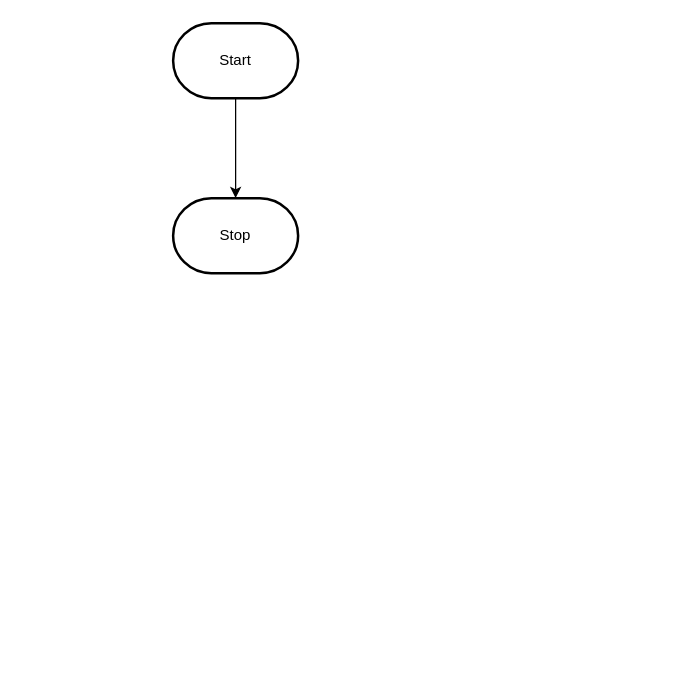
Before: design/flowchart.drawio in MTHS-ICD2O-1-2023/ICD2O-Unit-3-02-hai-tran-2, a draw.io diagram. Source tidied: cells renumbered, new cells numbered last; positions are measured from the earlier drawing's top-left corner, leaving out a move shared by most shapes. Both pictures are drawn from the tidied source at 125%, with x=0, y=0 at pixel (172, 22).
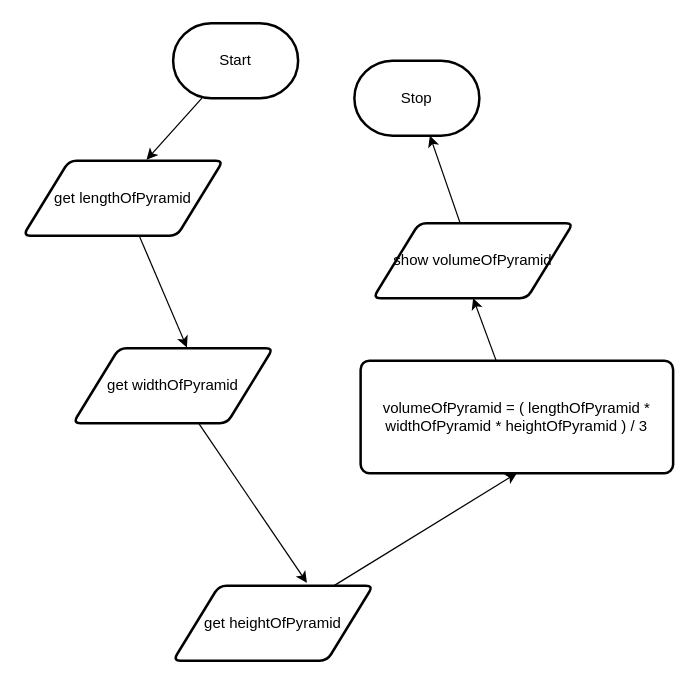
The same diagram, later.

Change to the diagram source:
```diff
@@
 <mxGraphModel>
   <root>
     <mxCell id="0" />
     <mxCell id="1" parent="0" />
-    <mxCell id="2" style="edgeStyle=orthogonalEdgeStyle;html=1;rounded=0;" parent="1" edge="1" source="3" target="4">
-      <mxGeometry relative="1" as="geometry" />
-    </mxCell>
+    <mxCell id="5" style="edgeStyle=none;html=1;entryX=0.617;entryY=-0.011;entryDx=0;entryDy=0;entryPerimeter=0;" parent="1" edge="1" source="3" target="2">
+      <mxGeometry relative="1" as="geometry" />
+    </mxCell>
     <mxCell id="3" value="Start" style="strokeWidth=2;html=1;shape=mxgraph.flowchart.terminator;whiteSpace=wrap;" parent="1" vertex="1">
       <mxGeometry width="100" height="60" as="geometry" />
     </mxCell>
     <mxCell id="4" value="Stop" style="strokeWidth=2;html=1;shape=mxgraph.flowchart.terminator;whiteSpace=wrap;" parent="1" vertex="1">
-      <mxGeometry y="140" width="100" height="60" as="geometry" />
+      <mxGeometry x="145" y="30" width="100" height="60" as="geometry" />
     </mxCell>
+    <mxCell id="6" style="edgeStyle=none;html=1;entryX=0.569;entryY=-0.009;entryDx=0;entryDy=0;entryPerimeter=0;" parent="1" edge="1" source="2" target="8">
+      <mxGeometry relative="1" as="geometry" />
+    </mxCell>
+    <mxCell id="2" value="get lengthOfPyramid" style="shape=parallelogram;html=1;strokeWidth=2;perimeter=parallelogramPerimeter;whiteSpace=wrap;rounded=1;arcSize=12;size=0.23;" parent="1" vertex="1">
+      <mxGeometry x="-120" y="110" width="160" height="60" as="geometry" />
+    </mxCell>
+    <mxCell id="7" style="edgeStyle=none;html=1;entryX=0.669;entryY=-0.038;entryDx=0;entryDy=0;entryPerimeter=0;" parent="1" edge="1" source="8" target="10">
+      <mxGeometry relative="1" as="geometry" />
+    </mxCell>
+    <mxCell id="8" value="get widthOfPyramid" style="shape=parallelogram;html=1;strokeWidth=2;perimeter=parallelogramPerimeter;whiteSpace=wrap;rounded=1;arcSize=12;size=0.23;" parent="1" vertex="1">
+      <mxGeometry x="-80" y="260" width="160" height="60" as="geometry" />
+    </mxCell>
+    <mxCell id="9" style="edgeStyle=none;html=1;entryX=0.5;entryY=1;entryDx=0;entryDy=0;" parent="1" edge="1" source="10" target="12">
+      <mxGeometry relative="1" as="geometry" />
+    </mxCell>
+    <mxCell id="10" value="get heightOfPyramid" style="shape=parallelogram;html=1;strokeWidth=2;perimeter=parallelogramPerimeter;whiteSpace=wrap;rounded=1;arcSize=12;size=0.23;" parent="1" vertex="1">
+      <mxGeometry y="450" width="160" height="60" as="geometry" />
+    </mxCell>
+    <mxCell id="11" style="edgeStyle=none;html=1;entryX=0.5;entryY=1;entryDx=0;entryDy=0;" parent="1" edge="1" source="12" target="14">
+      <mxGeometry relative="1" as="geometry" />
+    </mxCell>
+    <mxCell id="12" value="volumeOfPyramid = ( lengthOfPyramid * widthOfPyramid * heightOfPyramid ) / 3" style="rounded=1;whiteSpace=wrap;html=1;absoluteArcSize=1;arcSize=14;strokeWidth=2;" parent="1" vertex="1">
+      <mxGeometry x="150" y="270" width="250" height="90" as="geometry" />
+    </mxCell>
+    <mxCell id="13" style="edgeStyle=none;html=1;" parent="1" edge="1" source="14" target="4">
+      <mxGeometry relative="1" as="geometry" />
+    </mxCell>
+    <mxCell id="14" value="show volumeOfPyramid" style="shape=parallelogram;html=1;strokeWidth=2;perimeter=parallelogramPerimeter;whiteSpace=wrap;rounded=1;arcSize=12;size=0.23;" parent="1" vertex="1">
+      <mxGeometry x="160" y="160" width="160" height="60" as="geometry" />
+    </mxCell>
   </root>
 </mxGraphModel>
```
